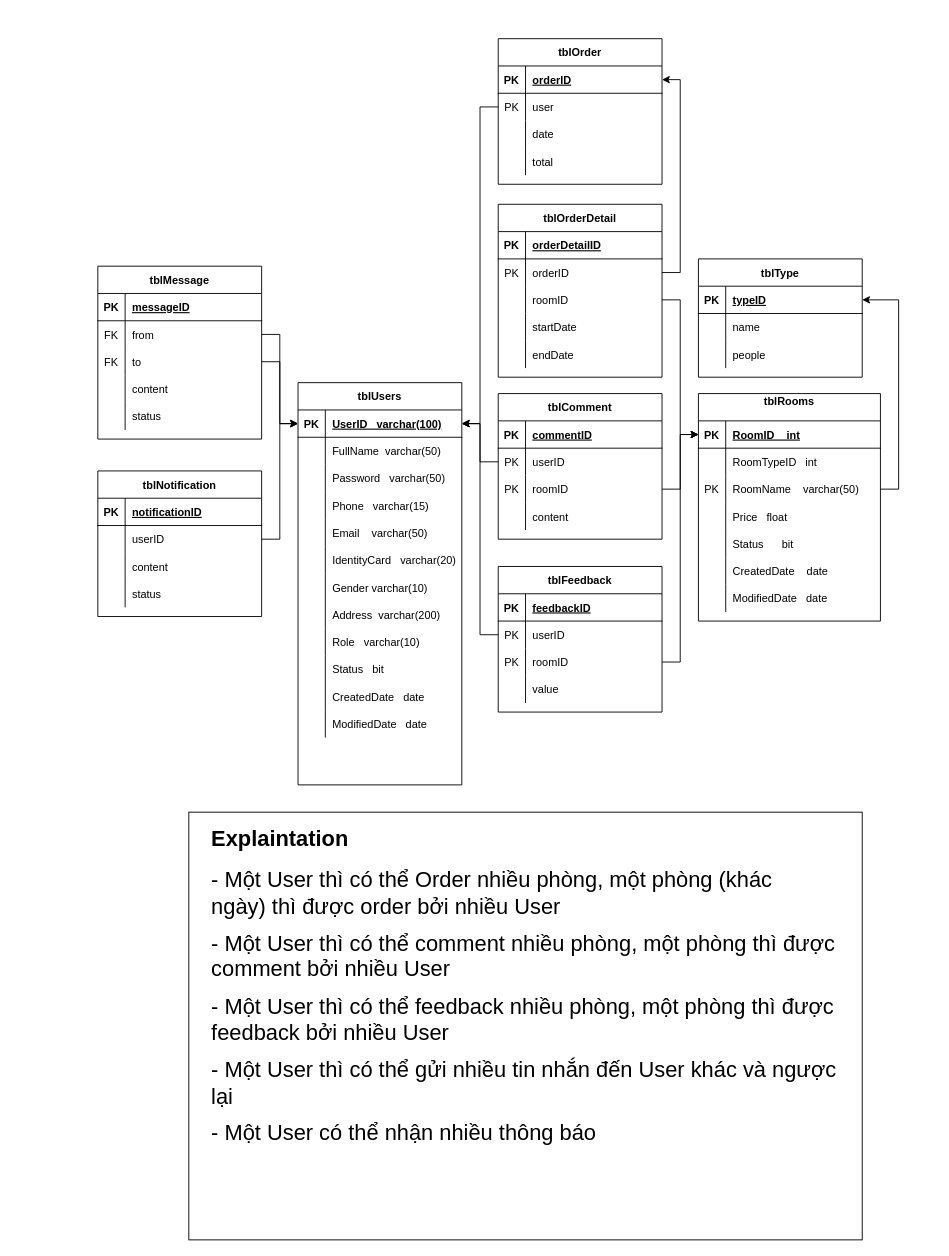
passion-Infinity/PRN292_Assignment keeps this draw.io diagram as Database/PRN292_Assignment.drawio. Above is the earlier version. Source tidied: cells renumbered, new cells numbered last; positions are measured from the earlier drawing's top-left corner, leaving out a move shared by most shapes. Both pictures are drawn from the tidied source at 91%, with x=0, y=0 at pixel (97, 38).
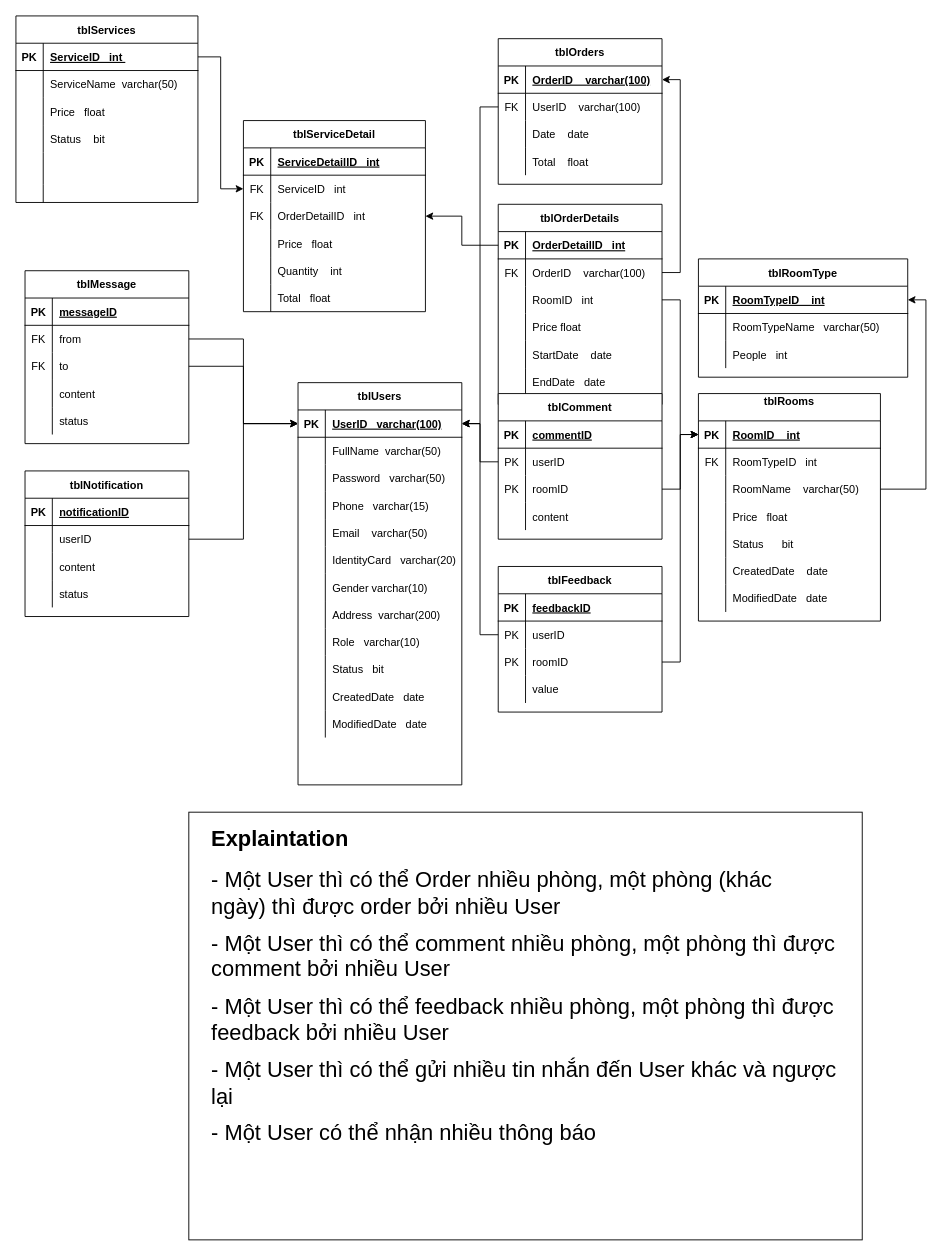
The same diagram, later.

Unchanged cells that the change refers to:
```xml
<mxCell id="7" style="shape=partialRectangle;fillColor=none;top=0;left=0;bottom=0;right=0;" parent="3" vertex="1">
  <mxGeometry y="60" width="200" height="30" as="geometry" />
</mxCell>
<mxCell id="10" style="shape=partialRectangle;fillColor=none;top=0;left=0;bottom=0;right=0;points=[[0,0.5],[1,0.5]];portConstraint=eastwest;" parent="3" vertex="1">
  <mxGeometry y="90" width="200" height="30" as="geometry" />
</mxCell>
<mxCell id="36" style="shape=partialRectangle;fillColor=none;top=0;left=0;bottom=1;right=0;points=[[0,0.5],[1,0.5]];portConstraint=eastwest;" parent="35" vertex="1">
  <mxGeometry y="30" width="180" height="30" as="geometry" />
</mxCell>
<mxCell id="39" style="shape=partialRectangle;fillColor=none;top=0;left=0;bottom=0;right=0;points=[[0,0.5],[1,0.5]];portConstraint=eastwest;" parent="35" vertex="1">
  <mxGeometry y="60" width="180" height="30" as="geometry" />
</mxCell>
<mxCell id="42" style="shape=partialRectangle;fillColor=none;top=0;left=0;bottom=0;right=0;" parent="35" vertex="1">
  <mxGeometry y="90" width="180" height="30" as="geometry" />
</mxCell>
<mxCell id="45" style="shape=partialRectangle;fillColor=none;top=0;left=0;bottom=0;right=0;" parent="35" vertex="1">
  <mxGeometry y="120" width="180" height="30" as="geometry" />
</mxCell>
<mxCell id="49" style="shape=partialRectangle;fillColor=none;top=0;left=0;bottom=1;right=0;points=[[0,0.5],[1,0.5]];portConstraint=eastwest;" parent="48" vertex="1">
  <mxGeometry y="30" width="180" height="30" as="geometry" />
</mxCell>
<mxCell id="52" style="shape=partialRectangle;fillColor=none;top=0;left=0;bottom=0;right=0;points=[[0,0.5],[1,0.5]];portConstraint=eastwest;" parent="48" vertex="1">
  <mxGeometry y="60" width="180" height="30" as="geometry" />
</mxCell>
<mxCell id="55" style="shape=partialRectangle;fillColor=none;top=0;left=0;bottom=0;right=0;points=[[0,0.5],[1,0.5]];portConstraint=eastwest;" parent="48" vertex="1">
  <mxGeometry y="90" width="180" height="30" as="geometry" />
</mxCell>
```

The edit, as a diff of the source:
```diff
@@
-    <mxCell id="8" style="shape=partialRectangle;fillColor=none;top=0;left=0;bottom=0;right=0;overflow=hidden;" parent="7" vertex="1">
+    <mxCell id="8" value="FK" style="shape=partialRectangle;fillColor=none;top=0;left=0;bottom=0;right=0;overflow=hidden;" parent="7" vertex="1">
       <mxGeometry width="30" height="30" as="geometry" />
     </mxCell>
@@
-    <mxCell id="11" value="PK" style="shape=partialRectangle;fillColor=none;top=0;left=0;bottom=0;right=0;overflow=hidden;" parent="10" vertex="1">
+    <mxCell id="11" style="shape=partialRectangle;fillColor=none;top=0;left=0;bottom=0;right=0;overflow=hidden;" parent="10" vertex="1">
       <mxGeometry width="30" height="30" as="geometry" />
     </mxCell>
@@
-    <mxCell id="25" value="tblType" style="shape=table;startSize=30;childLayout=tableLayout;rowLines=0;fontStyle=1;align=center;" parent="1" vertex="1">
-      <mxGeometry x="660" y="242" width="180" height="130" as="geometry" />
+    <mxCell id="25" value="tblRoomType" style="shape=table;startSize=30;childLayout=tableLayout;rowLines=0;fontStyle=1;align=center;" parent="1" vertex="1">
+      <mxGeometry x="660" y="242" width="230" height="130" as="geometry" />
     </mxCell>
     <mxCell id="26" style="shape=partialRectangle;fillColor=none;top=0;left=0;bottom=1;right=0;points=[[0,0.5],[1,0.5]];portConstraint=eastwest;" parent="25" vertex="1">
-      <mxGeometry y="30" width="180" height="30" as="geometry" />
+      <mxGeometry y="30" width="230" height="30" as="geometry" />
     </mxCell>
@@
-    <mxCell id="28" value="typeID" style="shape=partialRectangle;fillColor=none;top=0;left=0;bottom=0;right=0;align=left;spacingLeft=6;fontStyle=5;overflow=hidden;" parent="26" vertex="1">
-      <mxGeometry x="30" width="150" height="30" as="geometry" />
+    <mxCell id="28" value="RoomTypeID    int" style="shape=partialRectangle;fillColor=none;top=0;left=0;bottom=0;right=0;align=left;spacingLeft=6;fontStyle=5;overflow=hidden;" parent="26" vertex="1">
+      <mxGeometry x="30" width="200" height="30" as="geometry" />
     </mxCell>
     <mxCell id="29" style="shape=partialRectangle;fillColor=none;top=0;left=0;bottom=0;right=0;" parent="25" vertex="1">
-      <mxGeometry y="60" width="180" height="30" as="geometry" />
+      <mxGeometry y="60" width="230" height="30" as="geometry" />
     </mxCell>
@@
-    <mxCell id="31" value="name" style="shape=partialRectangle;fillColor=none;top=0;left=0;bottom=0;right=0;align=left;spacingLeft=6;overflow=hidden;" parent="29" vertex="1">
-      <mxGeometry x="30" width="150" height="30" as="geometry" />
+    <mxCell id="31" value="RoomTypeName   varchar(50)" style="shape=partialRectangle;fillColor=none;top=0;left=0;bottom=0;right=0;align=left;spacingLeft=6;overflow=hidden;" parent="29" vertex="1">
+      <mxGeometry x="30" width="200" height="30" as="geometry" />
     </mxCell>
     <mxCell id="32" style="shape=partialRectangle;fillColor=none;top=0;left=0;bottom=0;right=0;" parent="25" vertex="1">
-      <mxGeometry y="90" width="180" height="30" as="geometry" />
+      <mxGeometry y="90" width="230" height="30" as="geometry" />
     </mxCell>
@@
-    <mxCell id="34" value="people" style="shape=partialRectangle;fillColor=none;top=0;left=0;bottom=0;right=0;align=left;spacingLeft=6;overflow=hidden;" parent="32" vertex="1">
-      <mxGeometry x="30" width="150" height="30" as="geometry" />
+    <mxCell id="34" value="People   int" style="shape=partialRectangle;fillColor=none;top=0;left=0;bottom=0;right=0;align=left;spacingLeft=6;overflow=hidden;" parent="32" vertex="1">
+      <mxGeometry x="30" width="200" height="30" as="geometry" />
     </mxCell>
-    <mxCell id="35" value="tblOrder" style="shape=table;startSize=30;childLayout=tableLayout;rowLines=0;fontStyle=1;align=center;" parent="1" vertex="1">
+    <mxCell id="35" value="tblOrders" style="shape=table;startSize=30;childLayout=tableLayout;rowLines=0;fontStyle=1;align=center;" parent="1" vertex="1">
       <mxGeometry x="440" width="180" height="160" as="geometry" />
     </mxCell>
@@
-    <mxCell id="38" value="orderID" style="shape=partialRectangle;fillColor=none;top=0;left=0;bottom=0;right=0;align=left;spacingLeft=6;fontStyle=5;overflow=hidden;" parent="36" vertex="1">
+    <mxCell id="38" value="OrderID    varchar(100)" style="shape=partialRectangle;fillColor=none;top=0;left=0;bottom=0;right=0;align=left;spacingLeft=6;fontStyle=5;overflow=hidden;" parent="36" vertex="1">
       <mxGeometry x="30" width="150" height="30" as="geometry" />
     </mxCell>
@@
-    <mxCell id="40" value="PK" style="shape=partialRectangle;fillColor=none;top=0;left=0;bottom=0;right=0;overflow=hidden;" parent="39" vertex="1">
+    <mxCell id="40" value="FK" style="shape=partialRectangle;fillColor=none;top=0;left=0;bottom=0;right=0;overflow=hidden;" parent="39" vertex="1">
       <mxGeometry width="30" height="30" as="geometry" />
     </mxCell>
-    <mxCell id="41" value="user" style="shape=partialRectangle;fillColor=none;top=0;left=0;bottom=0;right=0;align=left;spacingLeft=6;overflow=hidden;" parent="39" vertex="1">
+    <mxCell id="41" value="UserID    varchar(100)" style="shape=partialRectangle;fillColor=none;top=0;left=0;bottom=0;right=0;align=left;spacingLeft=6;overflow=hidden;" parent="39" vertex="1">
       <mxGeometry x="30" width="150" height="30" as="geometry" />
     </mxCell>
@@
-    <mxCell id="44" value="date" style="shape=partialRectangle;fillColor=none;top=0;left=0;bottom=0;right=0;align=left;spacingLeft=6;overflow=hidden;" parent="42" vertex="1">
+    <mxCell id="44" value="Date    date" style="shape=partialRectangle;fillColor=none;top=0;left=0;bottom=0;right=0;align=left;spacingLeft=6;overflow=hidden;" parent="42" vertex="1">
       <mxGeometry x="30" width="150" height="30" as="geometry" />
     </mxCell>
@@
-    <mxCell id="47" value="total" style="shape=partialRectangle;fillColor=none;top=0;left=0;bottom=0;right=0;align=left;spacingLeft=6;overflow=hidden;" parent="45" vertex="1">
+    <mxCell id="47" value="Total    float" style="shape=partialRectangle;fillColor=none;top=0;left=0;bottom=0;right=0;align=left;spacingLeft=6;overflow=hidden;" parent="45" vertex="1">
       <mxGeometry x="30" width="150" height="30" as="geometry" />
     </mxCell>
-    <mxCell id="48" value="tblOrderDetail" style="shape=table;startSize=30;childLayout=tableLayout;rowLines=0;fontStyle=1;align=center;" parent="1" vertex="1">
-      <mxGeometry x="440" y="182" width="180" height="190" as="geometry" />
+    <mxCell id="48" value="tblOrderDetails" style="shape=table;startSize=30;childLayout=tableLayout;rowLines=0;fontStyle=1;align=center;" parent="1" vertex="1">
+      <mxGeometry x="440" y="182" width="180" height="220" as="geometry" />
     </mxCell>
@@
-    <mxCell id="51" value="orderDetailID" style="shape=partialRectangle;fillColor=none;top=0;left=0;bottom=0;right=0;align=left;spacingLeft=6;fontStyle=5;overflow=hidden;" parent="49" vertex="1">
+    <mxCell id="51" value="OrderDetailID   int" style="shape=partialRectangle;fillColor=none;top=0;left=0;bottom=0;right=0;align=left;spacingLeft=6;fontStyle=5;overflow=hidden;" parent="49" vertex="1">
       <mxGeometry x="30" width="150" height="30" as="geometry" />
     </mxCell>
@@
-    <mxCell id="53" value="PK" style="shape=partialRectangle;fillColor=none;top=0;left=0;bottom=0;right=0;overflow=hidden;" parent="52" vertex="1">
+    <mxCell id="53" value="FK" style="shape=partialRectangle;fillColor=none;top=0;left=0;bottom=0;right=0;overflow=hidden;" parent="52" vertex="1">
       <mxGeometry width="30" height="30" as="geometry" />
     </mxCell>
-    <mxCell id="54" value="orderID" style="shape=partialRectangle;fillColor=none;top=0;left=0;bottom=0;right=0;align=left;spacingLeft=6;overflow=hidden;" parent="52" vertex="1">
+    <mxCell id="54" value="OrderID    varchar(100)" style="shape=partialRectangle;fillColor=none;top=0;left=0;bottom=0;right=0;align=left;spacingLeft=6;overflow=hidden;" parent="52" vertex="1">
       <mxGeometry x="30" width="150" height="30" as="geometry" />
     </mxCell>
@@
-    <mxCell id="57" value="roomID" style="shape=partialRectangle;fillColor=none;top=0;left=0;bottom=0;right=0;align=left;spacingLeft=6;overflow=hidden;" parent="55" vertex="1">
+    <mxCell id="57" value="RoomID   int" style="shape=partialRectangle;fillColor=none;top=0;left=0;bottom=0;right=0;align=left;spacingLeft=6;overflow=hidden;" parent="55" vertex="1">
       <mxGeometry x="30" width="150" height="30" as="geometry" />
     </mxCell>
+    <mxCell id="168" style="shape=partialRectangle;fillColor=none;top=0;left=0;bottom=0;right=0;" parent="48" vertex="1">
+      <mxGeometry y="120" width="180" height="30" as="geometry" />
+    </mxCell>
+    <mxCell id="169" style="shape=partialRectangle;fillColor=none;top=0;left=0;bottom=0;right=0;overflow=hidden;" parent="168" vertex="1">
+      <mxGeometry width="30" height="30" as="geometry" />
+    </mxCell>
+    <mxCell id="170" value="Price float" style="shape=partialRectangle;fillColor=none;top=0;left=0;bottom=0;right=0;align=left;spacingLeft=6;overflow=hidden;" parent="168" vertex="1">
+      <mxGeometry x="30" width="150" height="30" as="geometry" />
+    </mxCell>
     <mxCell id="58" style="shape=partialRectangle;fillColor=none;top=0;left=0;bottom=0;right=0;" parent="48" vertex="1">
-      <mxGeometry y="120" width="180" height="30" as="geometry" />
+      <mxGeometry y="150" width="180" height="30" as="geometry" />
     </mxCell>
@@
-    <mxCell id="60" value="startDate" style="shape=partialRectangle;fillColor=none;top=0;left=0;bottom=0;right=0;align=left;spacingLeft=6;overflow=hidden;" parent="58" vertex="1">
+    <mxCell id="60" value="StartDate    date" style="shape=partialRectangle;fillColor=none;top=0;left=0;bottom=0;right=0;align=left;spacingLeft=6;overflow=hidden;" parent="58" vertex="1">
       <mxGeometry x="30" width="150" height="30" as="geometry" />
     </mxCell>
     <mxCell id="61" style="shape=partialRectangle;fillColor=none;top=0;left=0;bottom=0;right=0;" parent="48" vertex="1">
-      <mxGeometry y="150" width="180" height="30" as="geometry" />
+      <mxGeometry y="180" width="180" height="30" as="geometry" />
     </mxCell>
@@
-    <mxCell id="63" value="endDate" style="shape=partialRectangle;fillColor=none;top=0;left=0;bottom=0;right=0;align=left;spacingLeft=6;overflow=hidden;" parent="61" vertex="1">
+    <mxCell id="63" value="EndDate   date" style="shape=partialRectangle;fillColor=none;top=0;left=0;bottom=0;right=0;align=left;spacingLeft=6;overflow=hidden;" parent="61" vertex="1">
       <mxGeometry x="30" width="150" height="30" as="geometry" />
     </mxCell>
@@
     <mxCell id="135" value="tblNotification" style="shape=table;startSize=30;childLayout=tableLayout;rowLines=0;fontStyle=1;align=center;" parent="1" vertex="1">
-      <mxGeometry y="475" width="180" height="160" as="geometry" />
+      <mxGeometry x="-80" y="475" width="180" height="160" as="geometry" />
     </mxCell>
@@
     <mxCell id="149" value="tblMessage" style="shape=table;startSize=30;childLayout=tableLayout;rowLines=0;fontStyle=1;align=center;" parent="1" vertex="1">
-      <mxGeometry y="250" width="180" height="190" as="geometry" />
+      <mxGeometry x="-80" y="255" width="180" height="190" as="geometry" />
     </mxCell>
@@
+    <mxCell id="171" value="tblServices" style="shape=table;startSize=30;childLayout=tableLayout;rowLines=0;fontStyle=1;align=center;" parent="1" vertex="1">
+      <mxGeometry x="-90" y="-25" width="200" height="205" as="geometry" />
+    </mxCell>
+    <mxCell id="172" style="shape=partialRectangle;fillColor=none;top=0;left=0;bottom=1;right=0;points=[[0,0.5],[1,0.5]];portConstraint=eastwest;" parent="171" vertex="1">
+      <mxGeometry y="30" width="200" height="30" as="geometry" />
+    </mxCell>
+    <mxCell id="173" value="PK" style="shape=partialRectangle;fillColor=none;top=0;left=0;bottom=0;right=0;fontStyle=1;overflow=hidden;" parent="172" vertex="1">
+      <mxGeometry width="30" height="30" as="geometry" />
+    </mxCell>
+    <mxCell id="174" value="ServiceID   int " style="shape=partialRectangle;fillColor=none;top=0;left=0;bottom=0;right=0;align=left;spacingLeft=6;fontStyle=5;overflow=hidden;" parent="172" vertex="1">
+      <mxGeometry x="30" width="170" height="30" as="geometry" />
+    </mxCell>
+    <mxCell id="175" style="shape=partialRectangle;fillColor=none;top=0;left=0;bottom=0;right=0;" parent="171" vertex="1">
+      <mxGeometry y="60" width="200" height="30" as="geometry" />
+    </mxCell>
+    <mxCell id="176" style="shape=partialRectangle;fillColor=none;top=0;left=0;bottom=0;right=0;overflow=hidden;" parent="175" vertex="1">
+      <mxGeometry width="30" height="30" as="geometry" />
+    </mxCell>
+    <mxCell id="177" value="ServiceName  varchar(50)" style="shape=partialRectangle;fillColor=none;top=0;left=0;bottom=0;right=0;align=left;spacingLeft=6;overflow=hidden;" parent="175" vertex="1">
+      <mxGeometry x="30" width="170" height="30" as="geometry" />
+    </mxCell>
+    <mxCell id="178" style="shape=partialRectangle;fillColor=none;top=0;left=0;bottom=0;right=0;" parent="171" vertex="1">
+      <mxGeometry y="90" width="200" height="30" as="geometry" />
+    </mxCell>
+    <mxCell id="179" style="shape=partialRectangle;fillColor=none;top=0;left=0;bottom=0;right=0;overflow=hidden;" parent="178" vertex="1">
+      <mxGeometry width="30" height="30" as="geometry" />
+    </mxCell>
+    <mxCell id="180" value="Price   float" style="shape=partialRectangle;fillColor=none;top=0;left=0;bottom=0;right=0;align=left;spacingLeft=6;overflow=hidden;" parent="178" vertex="1">
+      <mxGeometry x="30" width="170" height="30" as="geometry" />
+    </mxCell>
+    <mxCell id="181" style="shape=partialRectangle;fillColor=none;top=0;left=0;bottom=0;right=0;" parent="171" vertex="1">
+      <mxGeometry y="120" width="200" height="30" as="geometry" />
+    </mxCell>
+    <mxCell id="182" style="shape=partialRectangle;fillColor=none;top=0;left=0;bottom=0;right=0;overflow=hidden;" parent="181" vertex="1">
+      <mxGeometry width="30" height="30" as="geometry" />
+    </mxCell>
+    <mxCell id="183" value="Status    bit" style="shape=partialRectangle;fillColor=none;top=0;left=0;bottom=0;right=0;align=left;spacingLeft=6;overflow=hidden;" parent="181" vertex="1">
+      <mxGeometry x="30" width="170" height="30" as="geometry" />
+    </mxCell>
+    <mxCell id="184" style="shape=partialRectangle;fillColor=none;top=0;left=0;bottom=0;right=0;" parent="171" vertex="1">
+      <mxGeometry y="150" width="200" height="35" as="geometry" />
+    </mxCell>
+    <mxCell id="185" style="shape=partialRectangle;fillColor=none;top=0;left=0;bottom=0;right=0;overflow=hidden;" parent="184" vertex="1">
+      <mxGeometry width="30" height="35" as="geometry" />
+    </mxCell>
+    <mxCell id="186" style="shape=partialRectangle;fillColor=none;top=0;left=0;bottom=0;right=0;align=left;spacingLeft=6;overflow=hidden;" parent="184" vertex="1">
+      <mxGeometry x="30" width="170" height="35" as="geometry" />
+    </mxCell>
+    <mxCell id="187" style="shape=partialRectangle;fillColor=none;top=0;left=0;bottom=0;right=0;" parent="171" vertex="1">
+      <mxGeometry y="185" width="200" height="20" as="geometry" />
+    </mxCell>
+    <mxCell id="188" style="shape=partialRectangle;fillColor=none;top=0;left=0;bottom=0;right=0;overflow=hidden;" parent="187" vertex="1">
+      <mxGeometry width="30" height="20" as="geometry" />
+    </mxCell>
+    <mxCell id="189" style="shape=partialRectangle;fillColor=none;top=0;left=0;bottom=0;right=0;align=left;spacingLeft=6;overflow=hidden;" parent="187" vertex="1">
+      <mxGeometry x="30" width="170" height="20" as="geometry" />
+    </mxCell>
+    <mxCell id="190" value="tblServiceDetail" style="shape=table;startSize=30;childLayout=tableLayout;rowLines=0;fontStyle=1;align=center;" parent="1" vertex="1">
+      <mxGeometry x="160" y="90" width="200" height="210" as="geometry" />
+    </mxCell>
+    <mxCell id="191" style="shape=partialRectangle;fillColor=none;top=0;left=0;bottom=1;right=0;" parent="190" vertex="1">
+      <mxGeometry y="30" width="200" height="30" as="geometry" />
+    </mxCell>
+    <mxCell id="192" value="PK" style="shape=partialRectangle;fillColor=none;top=0;left=0;bottom=0;right=0;fontStyle=1;overflow=hidden;" parent="191" vertex="1">
+      <mxGeometry width="30" height="30" as="geometry" />
+    </mxCell>
+    <mxCell id="193" value="ServiceDetailID   int" style="shape=partialRectangle;fillColor=none;top=0;left=0;bottom=0;right=0;align=left;spacingLeft=6;fontStyle=5;overflow=hidden;" parent="191" vertex="1">
+      <mxGeometry x="30" width="170" height="30" as="geometry" />
+    </mxCell>
+    <mxCell id="194" style="shape=partialRectangle;fillColor=none;top=0;left=0;bottom=0;right=0;points=[[0,0.5],[1,0.5]];portConstraint=eastwest;" parent="190" vertex="1">
+      <mxGeometry y="60" width="200" height="30" as="geometry" />
+    </mxCell>
+    <mxCell id="195" value="FK" style="shape=partialRectangle;fillColor=none;top=0;left=0;bottom=0;right=0;overflow=hidden;" parent="194" vertex="1">
+      <mxGeometry width="30" height="30" as="geometry" />
+    </mxCell>
+    <mxCell id="196" value="ServiceID   int" style="shape=partialRectangle;fillColor=none;top=0;left=0;bottom=0;right=0;align=left;spacingLeft=6;overflow=hidden;" parent="194" vertex="1">
+      <mxGeometry x="30" width="170" height="30" as="geometry" />
+    </mxCell>
+    <mxCell id="197" style="shape=partialRectangle;fillColor=none;top=0;left=0;bottom=0;right=0;points=[[0,0.5],[1,0.5]];portConstraint=eastwest;" parent="190" vertex="1">
+      <mxGeometry y="90" width="200" height="30" as="geometry" />
+    </mxCell>
+    <mxCell id="198" value="FK" style="shape=partialRectangle;fillColor=none;top=0;left=0;bottom=0;right=0;overflow=hidden;" parent="197" vertex="1">
+      <mxGeometry width="30" height="30" as="geometry" />
+    </mxCell>
+    <mxCell id="199" value="OrderDetailID   int" style="shape=partialRectangle;fillColor=none;top=0;left=0;bottom=0;right=0;align=left;spacingLeft=6;overflow=hidden;" parent="197" vertex="1">
+      <mxGeometry x="30" width="170" height="30" as="geometry" />
+    </mxCell>
+    <mxCell id="200" style="shape=partialRectangle;fillColor=none;top=0;left=0;bottom=0;right=0;" parent="190" vertex="1">
+      <mxGeometry y="120" width="200" height="30" as="geometry" />
+    </mxCell>
+    <mxCell id="201" style="shape=partialRectangle;fillColor=none;top=0;left=0;bottom=0;right=0;overflow=hidden;" parent="200" vertex="1">
+      <mxGeometry width="30" height="30" as="geometry" />
+    </mxCell>
+    <mxCell id="202" value="Price   float" style="shape=partialRectangle;fillColor=none;top=0;left=0;bottom=0;right=0;align=left;spacingLeft=6;overflow=hidden;" parent="200" vertex="1">
+      <mxGeometry x="30" width="170" height="30" as="geometry" />
+    </mxCell>
+    <mxCell id="203" style="shape=partialRectangle;fillColor=none;top=0;left=0;bottom=0;right=0;" parent="190" vertex="1">
+      <mxGeometry y="150" width="200" height="30" as="geometry" />
+    </mxCell>
+    <mxCell id="204" style="shape=partialRectangle;fillColor=none;top=0;left=0;bottom=0;right=0;overflow=hidden;" parent="203" vertex="1">
+      <mxGeometry width="30" height="30" as="geometry" />
+    </mxCell>
+    <mxCell id="205" value="Quantity    int" style="shape=partialRectangle;fillColor=none;top=0;left=0;bottom=0;right=0;align=left;spacingLeft=6;overflow=hidden;" parent="203" vertex="1">
+      <mxGeometry x="30" width="170" height="30" as="geometry" />
+    </mxCell>
+    <mxCell id="206" style="shape=partialRectangle;fillColor=none;top=0;left=0;bottom=0;right=0;" parent="190" vertex="1">
+      <mxGeometry y="180" width="200" height="30" as="geometry" />
+    </mxCell>
+    <mxCell id="207" style="shape=partialRectangle;fillColor=none;top=0;left=0;bottom=0;right=0;overflow=hidden;" parent="206" vertex="1">
+      <mxGeometry width="30" height="30" as="geometry" />
+    </mxCell>
+    <mxCell id="208" value="Total   float" style="shape=partialRectangle;fillColor=none;top=0;left=0;bottom=0;right=0;align=left;spacingLeft=6;overflow=hidden;" parent="206" vertex="1">
+      <mxGeometry x="30" width="170" height="30" as="geometry" />
+    </mxCell>
+    <mxCell id="209" style="edgeStyle=orthogonalEdgeStyle;rounded=0;jettySize=auto;html=1;entryX=1;entryY=0.5;entryDx=0;entryDy=0;" parent="1" edge="1" source="49" target="197">
+      <mxGeometry relative="1" as="geometry" />
+    </mxCell>
+    <mxCell id="210" style="edgeStyle=orthogonalEdgeStyle;rounded=0;jettySize=auto;html=1;entryX=0;entryY=0.5;entryDx=0;entryDy=0;" parent="1" edge="1" source="172" target="194">
+      <mxGeometry relative="1" as="geometry" />
+    </mxCell>
```
